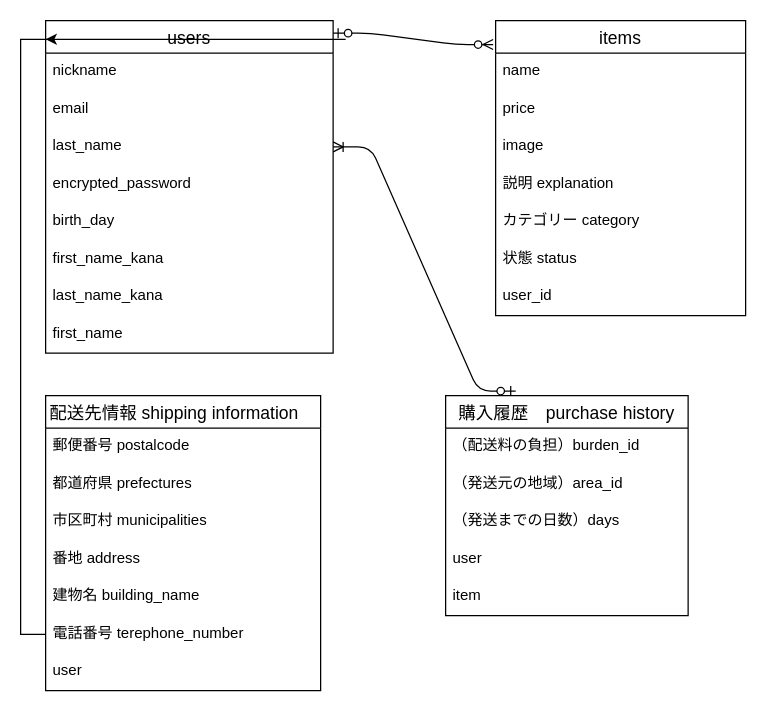
Above: app/views/test.dio in taiga0529/furima-36891 (draw.io), before the change. Source tidied: cells renumbered, new cells numbered last; positions are measured from the earlier drawing's top-left corner, leaving out a move shared by most shapes. Both pictures are drawn from the tidied source at 125%, with x=0, y=0 at pixel (45, 20).
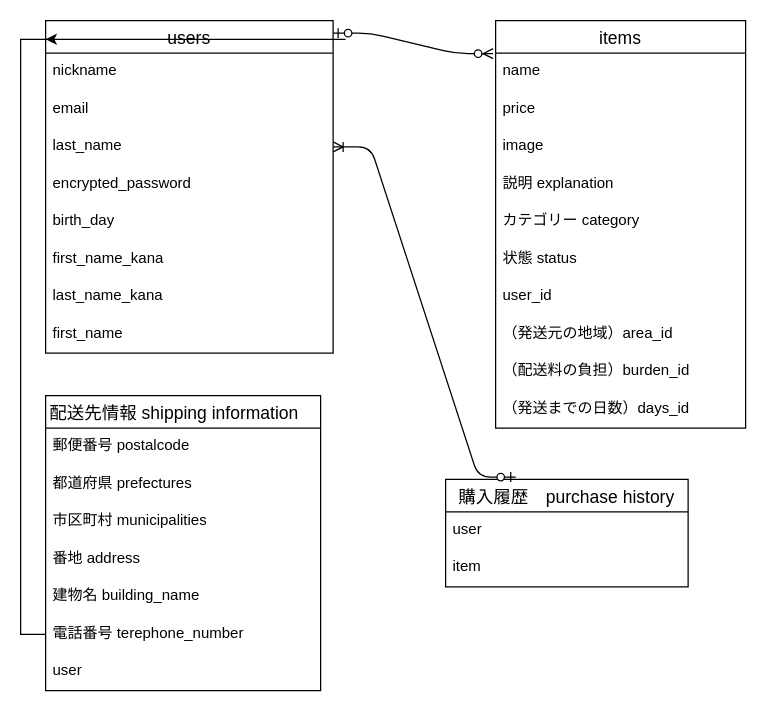
The same diagram, later.

Commit message (it also covers changes not shown here):
データベース設計の修正３

Change to the diagram source:
```diff
@@
     <mxCell id="11" value="items" style="swimlane;fontStyle=0;horizontal=1;startSize=26;align=center;fontSize=14;" parent="1" vertex="1">
-      <mxGeometry x="360" width="200" height="236" as="geometry" />
+      <mxGeometry x="360" width="200" height="326" as="geometry" />
     </mxCell>
@@
+    <mxCell id="31" value="（発送元の地域）area_id" style="text;strokeColor=none;fillColor=none;spacingLeft=4;spacingRight=4;overflow=hidden;fontSize=12;" parent="11" vertex="1">
+      <mxGeometry y="236" width="200" height="30" as="geometry" />
+    </mxCell>
+    <mxCell id="30" value="（配送料の負担）burden_id" style="text;strokeColor=none;fillColor=none;spacingLeft=4;spacingRight=4;overflow=hidden;fontSize=12;" parent="11" vertex="1">
+      <mxGeometry y="266" width="200" height="30" as="geometry" />
+    </mxCell>
+    <mxCell id="36" value="（発送までの日数）days_id" style="text;strokeColor=none;fillColor=none;spacingLeft=4;spacingRight=4;overflow=hidden;fontSize=12;" parent="11" vertex="1">
+      <mxGeometry y="296" width="200" height="30" as="geometry" />
+    </mxCell>
@@
     <mxCell id="29" value="購入履歴　purchase history" style="swimlane;fontStyle=0;horizontal=1;startSize=26;align=center;fontSize=14;" parent="1" vertex="1">
-      <mxGeometry x="320" y="300" width="194" height="176" as="geometry" />
+      <mxGeometry x="320" y="367" width="194" height="86" as="geometry" />
     </mxCell>
-    <mxCell id="30" value="（配送料の負担）burden_id" style="text;strokeColor=none;fillColor=none;spacingLeft=4;spacingRight=4;overflow=hidden;fontSize=12;" parent="29" vertex="1">
-      <mxGeometry y="26" width="194" height="30" as="geometry" />
-    </mxCell>
-    <mxCell id="31" value="（発送元の地域）area_id" style="text;strokeColor=none;fillColor=none;spacingLeft=4;spacingRight=4;overflow=hidden;fontSize=12;" parent="29" vertex="1">
-      <mxGeometry y="56" width="194" height="30" as="geometry" />
-    </mxCell>
-    <mxCell id="32" value="（発送までの日数）days" style="text;strokeColor=none;fillColor=none;spacingLeft=4;spacingRight=4;overflow=hidden;fontSize=12;" parent="29" vertex="1">
-      <mxGeometry y="86" width="194" height="30" as="geometry" />
-    </mxCell>
     <mxCell id="33" value="user" style="text;strokeColor=none;fillColor=none;spacingLeft=4;spacingRight=4;overflow=hidden;fontSize=12;" parent="29" vertex="1">
-      <mxGeometry y="116" width="194" height="30" as="geometry" />
+      <mxGeometry y="26" width="194" height="30" as="geometry" />
     </mxCell>
     <mxCell id="34" value="item" style="text;strokeColor=none;fillColor=none;spacingLeft=4;spacingRight=4;overflow=hidden;fontSize=12;" parent="29" vertex="1">
-      <mxGeometry y="146" width="194" height="30" as="geometry" />
+      <mxGeometry y="56" width="194" height="30" as="geometry" />
     </mxCell>
```
